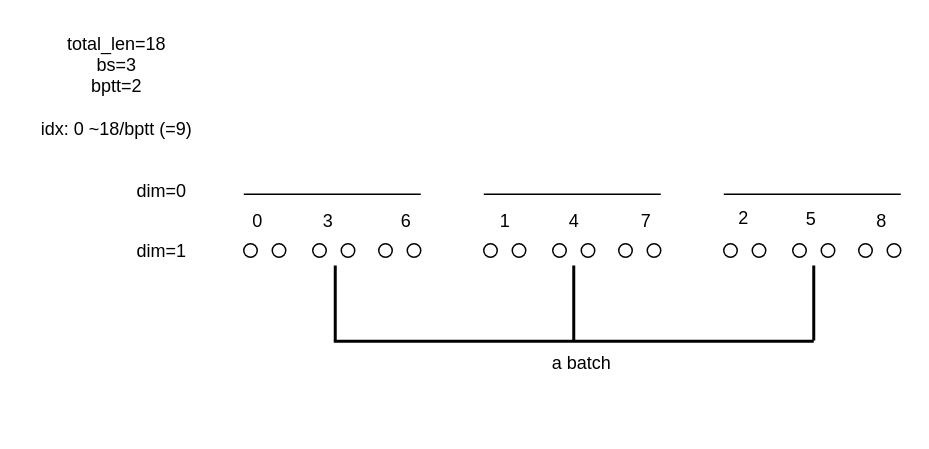
Before: page "LM_Preloader" (10 of 12) of lesson_note/studyFastaiFigures.drawio in shuntaka/study-fastai, a draw.io diagram. Source tidied: cells renumbered, new cells numbered last; positions are measured from the earlier drawing's top-left corner, leaving out a move shared by most shapes. Both pictures are drawn from the tidied source at 150%, with x=0, y=0 at pixel (26, 26).
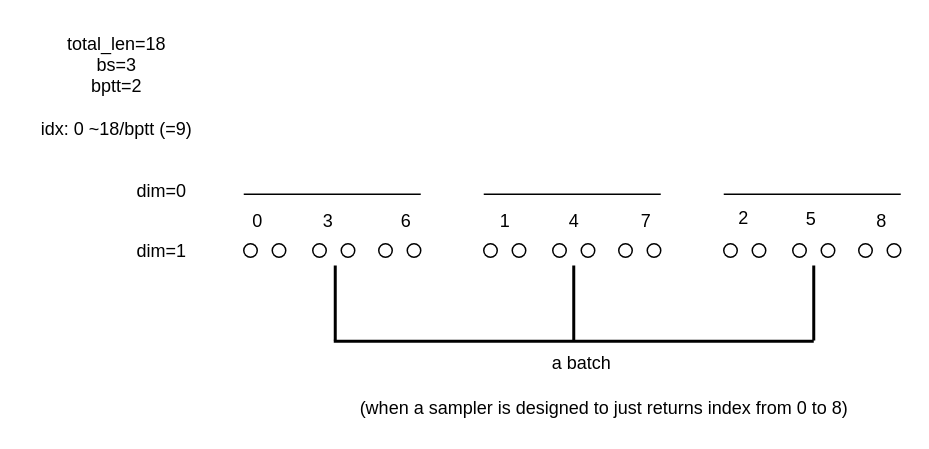
The same page after the edit.

Diff of the diagram source:
```diff
@@
+    <mxCell id="40" value="(when a sampler is designed to just returns index from 0 to 8)" style="text;html=1;align=center;verticalAlign=middle;" parent="1" vertex="1">
+      <mxGeometry x="215" y="245" width="340" height="20" as="geometry" />
+    </mxCell>
```
